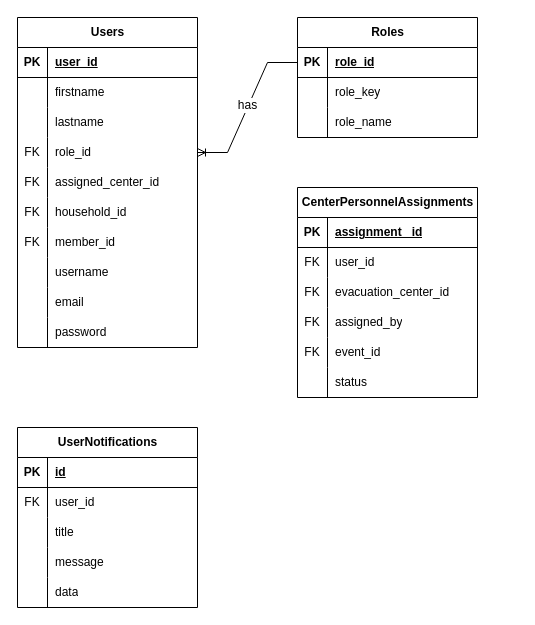
This is page "ERD" (3 of 3) of docs/sys.drawio from klint-droid/EvaTrack, a draw.io file, before an edit. Source tidied: cells renumbered, new cells numbered last; positions are measured from the earlier drawing's top-left corner, leaving out a move shared by most shapes. Both pictures are drawn from the tidied source at 100%, with x=0, y=0 at pixel (17, 17).
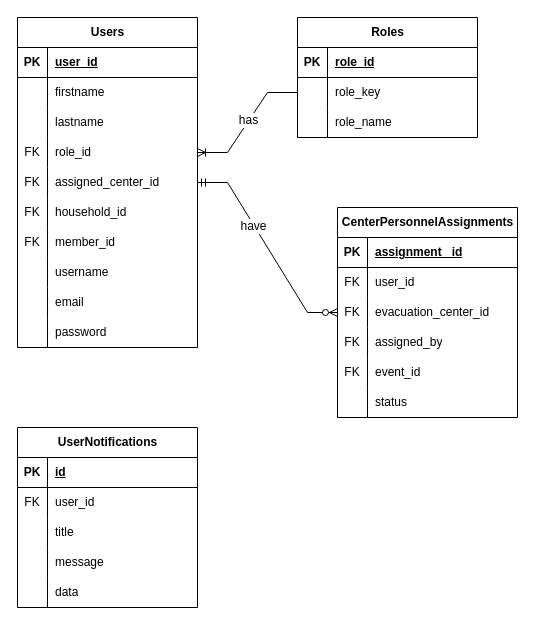
Above is the later version.

Unchanged cells that the change refers to:
```xml
<mxCell id="12" style="shape=tableRow;horizontal=0;startSize=0;swimlaneHead=0;swimlaneBody=0;fillColor=none;points=[[0,0.5],[1,0.5]];portConstraint=eastwest;top=0;left=0;right=0;bottom=0;" parent="2" vertex="1">
  <mxGeometry y="120" width="180" height="30" as="geometry" />
</mxCell>
<mxCell id="15" style="shape=tableRow;horizontal=0;startSize=0;swimlaneHead=0;swimlaneBody=0;fillColor=none;points=[[0,0.5],[1,0.5]];portConstraint=eastwest;top=0;left=0;right=0;bottom=0;" parent="2" vertex="1">
  <mxGeometry y="150" width="180" height="30" as="geometry" />
</mxCell>
<mxCell id="34" style="shape=tableRow;horizontal=0;startSize=0;swimlaneHead=0;swimlaneBody=0;fillColor=none;points=[[0,0.5],[1,0.5]];portConstraint=eastwest;top=0;left=0;right=0;bottom=1;" parent="33" vertex="1">
  <mxGeometry y="30" width="180" height="30" as="geometry" />
</mxCell>
<mxCell id="37" style="shape=tableRow;horizontal=0;startSize=0;swimlaneHead=0;swimlaneBody=0;fillColor=none;points=[[0,0.5],[1,0.5]];portConstraint=eastwest;top=0;left=0;right=0;bottom=0;" parent="33" vertex="1">
  <mxGeometry y="60" width="180" height="30" as="geometry" />
</mxCell>
<mxCell id="52" style="shape=tableRow;horizontal=0;startSize=0;swimlaneHead=0;swimlaneBody=0;fillColor=none;points=[[0,0.5],[1,0.5]];portConstraint=eastwest;top=0;left=0;right=0;bottom=0;" parent="45" vertex="1">
  <mxGeometry y="90" width="180" height="30" as="geometry" />
</mxCell>
```

Diff of the diagram source:
```diff
@@
-    <mxCell id="43" style="edgeStyle=entityRelationEdgeStyle;fontSize=12;html=1;endArrow=ERoneToMany;rounded=0;defaultLabelBackgroundColor=page;labelPadding=0 4;entryX=1;entryY=0.5;entryDx=0;entryDy=0;exitX=0;exitY=0.5;exitDx=0;exitDy=0;" parent="1" edge="1" source="34" target="12">
+    <mxCell id="43" style="edgeStyle=entityRelationEdgeStyle;fontSize=12;html=1;endArrow=ERoneToMany;rounded=0;defaultLabelBackgroundColor=page;labelPadding=0 4;entryX=1;entryY=0.5;entryDx=0;entryDy=0;exitX=0;exitY=0.5;exitDx=0;exitDy=0;" parent="1" edge="1" source="37" target="12">
       <mxGeometry relative="1" as="geometry" />
     </mxCell>
@@
     <mxCell id="45" value="CenterPersonnelAssignments" style="shape=table;startSize=30;childLayout=tableLayout;rowLines=0;fontStyle=1;align=center;html=1;" parent="1" vertex="1">
-      <mxGeometry x="280" y="170" width="180" height="210" as="geometry" />
+      <mxGeometry x="320" y="190" width="180" height="210" as="geometry" />
     </mxCell>
@@
+    <mxCell id="80" style="edgeStyle=entityRelationEdgeStyle;fontSize=12;html=1;endArrow=ERzeroToMany;startArrow=ERmandOne;rounded=0;defaultLabelBackgroundColor=page;labelPadding=0 4;entryX=0;entryY=0.5;entryDx=0;entryDy=0;" parent="1" edge="1" source="15" target="52">
+      <mxGeometry relative="1" as="geometry" />
+    </mxCell>
+    <mxCell id="81" value="have" style="edgeLabel;html=1;align=center;verticalAlign=middle;inheritText=1;fontSize=12;defaultLabelBackgroundColor=page;labelPadding=0 4;" parent="80" vertex="1">
+      <mxGeometry x="-0.25" y="-1" relative="1" as="geometry" />
+    </mxCell>
```
